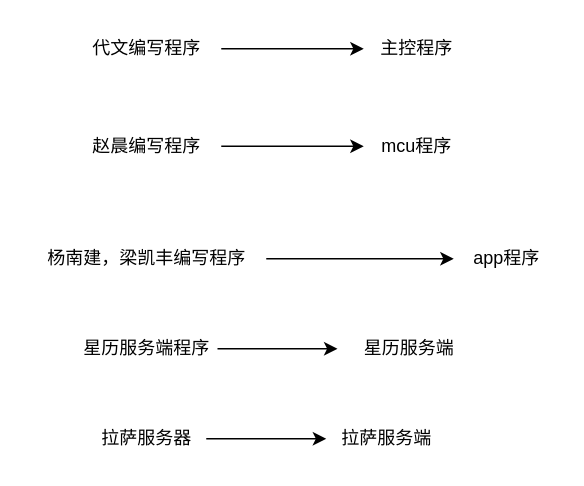
kyphoon/ysb_drawio_tree keeps this draw.io diagram as page "设备命名规范" (5 of 27) of 隐身保arm版-业务流程-V1.0-20221028-1.drawio. Above is the earlier version. Source tidied: cells renumbered, new cells numbered last; positions are measured from the earlier drawing's top-left corner, leaving out a move shared by most shapes. Both pictures are drawn from the tidied source at 150%, with x=0, y=0 at pixel (26, 26).
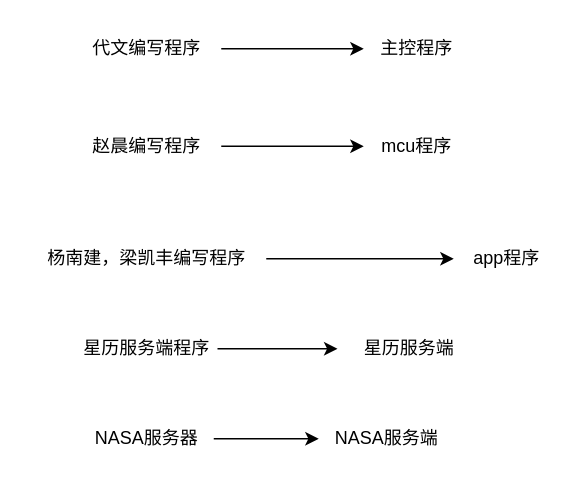
After the change.

Diff of the diagram source:
```diff
@@
 <mxGraphModel>
   <root>
     <mxCell id="0" />
     <mxCell id="1" parent="0" />
     <mxCell id="2" style="edgeStyle=orthogonalEdgeStyle;rounded=0;jettySize=auto;html=1;" parent="1" edge="1" source="3" target="8">
       <mxGeometry relative="1" as="geometry" />
     </mxCell>
     <mxCell id="3" value="代文编写程序" style="text;html=1;align=center;verticalAlign=middle;points=[];strokeColor=none;fillColor=none;" parent="1" vertex="1">
       <mxGeometry x="30" width="100" height="30" as="geometry" />
     </mxCell>
     <mxCell id="4" style="edgeStyle=orthogonalEdgeStyle;rounded=0;jettySize=auto;html=1;" parent="1" edge="1" source="5" target="9">
       <mxGeometry relative="1" as="geometry" />
     </mxCell>
     <mxCell id="5" value="赵晨编写程序" style="text;html=1;align=center;verticalAlign=middle;points=[];strokeColor=none;fillColor=none;" parent="1" vertex="1">
       <mxGeometry x="30" y="65" width="100" height="30" as="geometry" />
     </mxCell>
     <mxCell id="6" style="edgeStyle=orthogonalEdgeStyle;rounded=0;jettySize=auto;html=1;" parent="1" edge="1" source="7" target="10">
       <mxGeometry relative="1" as="geometry" />
     </mxCell>
     <mxCell id="7" value="杨南建，梁凯丰编写程序" style="text;html=1;align=center;verticalAlign=middle;points=[];strokeColor=none;fillColor=none;" parent="1" vertex="1">
       <mxGeometry y="140" width="160" height="30" as="geometry" />
     </mxCell>
     <mxCell id="8" value="主控程序" style="text;html=1;align=center;verticalAlign=middle;points=[];strokeColor=none;fillColor=none;" parent="1" vertex="1">
       <mxGeometry x="225" width="70" height="30" as="geometry" />
     </mxCell>
     <mxCell id="9" value="mcu程序" style="text;html=1;align=center;verticalAlign=middle;points=[];strokeColor=none;fillColor=none;" parent="1" vertex="1">
       <mxGeometry x="225" y="65" width="70" height="30" as="geometry" />
     </mxCell>
     <mxCell id="10" value="app程序" style="text;html=1;align=center;verticalAlign=middle;points=[];strokeColor=none;fillColor=none;" parent="1" vertex="1">
       <mxGeometry x="285" y="140" width="70" height="30" as="geometry" />
     </mxCell>
     <mxCell id="11" style="edgeStyle=orthogonalEdgeStyle;rounded=0;jettySize=auto;html=1;" parent="1" edge="1" source="12" target="13">
       <mxGeometry relative="1" as="geometry" />
     </mxCell>
     <mxCell id="12" value="星历服务端程序" style="text;html=1;strokeColor=none;fillColor=none;align=center;verticalAlign=middle;whiteSpace=wrap;rounded=0;" parent="1" vertex="1">
       <mxGeometry x="32.5" y="200" width="95" height="30" as="geometry" />
     </mxCell>
     <mxCell id="13" value="星历服务端" style="text;html=1;strokeColor=none;fillColor=none;align=center;verticalAlign=middle;whiteSpace=wrap;rounded=0;" parent="1" vertex="1">
       <mxGeometry x="207.5" y="200" width="95" height="30" as="geometry" />
     </mxCell>
     <mxCell id="14" style="edgeStyle=orthogonalEdgeStyle;rounded=0;jettySize=auto;html=1;" parent="1" edge="1" source="15" target="16">
       <mxGeometry relative="1" as="geometry" />
     </mxCell>
-    <mxCell id="15" value="拉萨服务器" style="text;html=1;align=center;verticalAlign=middle;points=[];strokeColor=none;fillColor=none;" parent="1" vertex="1">
-      <mxGeometry x="40" y="260" width="80" height="30" as="geometry" />
+    <mxCell id="15" value="NASA服务器" style="text;html=1;align=center;verticalAlign=middle;points=[];strokeColor=none;fillColor=none;" parent="1" vertex="1">
+      <mxGeometry x="35" y="260" width="90" height="30" as="geometry" />
     </mxCell>
-    <mxCell id="16" value="拉萨服务端" style="text;html=1;align=center;verticalAlign=middle;points=[];strokeColor=none;fillColor=none;" parent="1" vertex="1">
-      <mxGeometry x="200" y="260" width="80" height="30" as="geometry" />
+    <mxCell id="16" value="NASA服务端" style="text;html=1;align=center;verticalAlign=middle;points=[];strokeColor=none;fillColor=none;" parent="1" vertex="1">
+      <mxGeometry x="195" y="260" width="90" height="30" as="geometry" />
     </mxCell>
   </root>
 </mxGraphModel>
```
